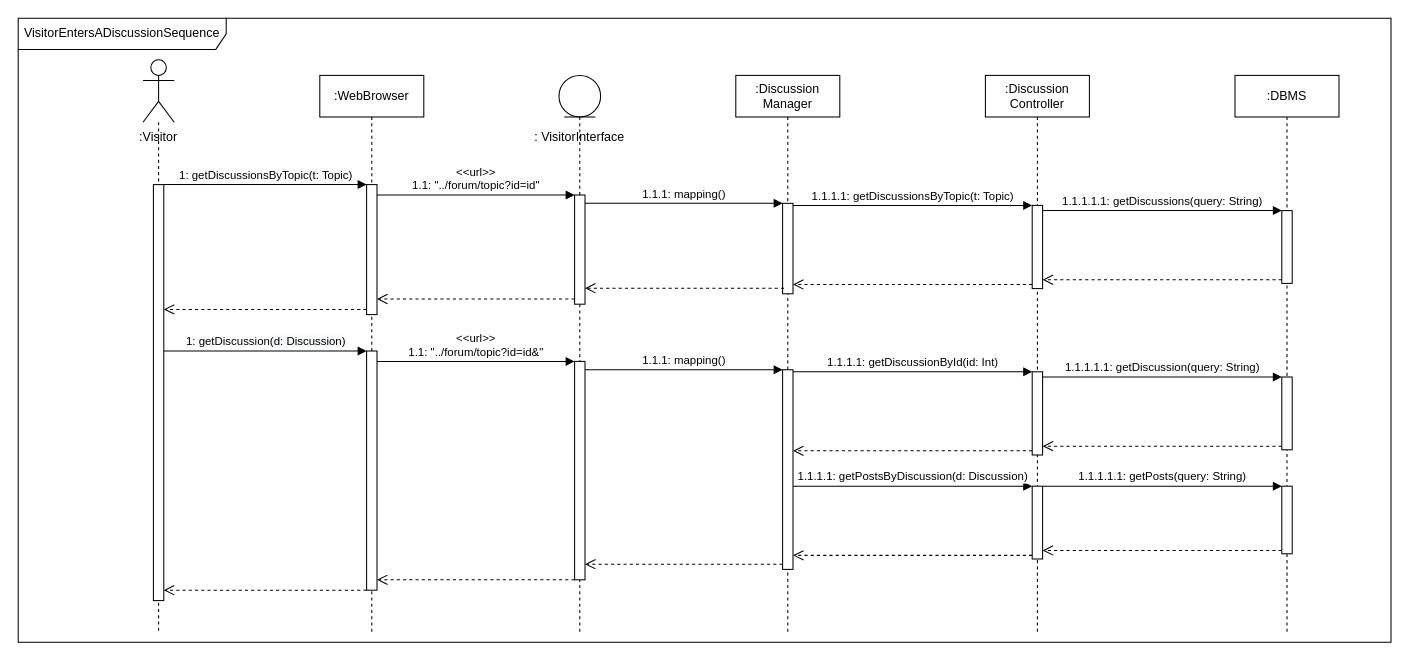
Before: page "VisitorEntersADiscussion" (18 of 18) of DD Diagrams/RunTimeViewDiagram.drawio in matteovisotto/SE2-CecchettoSirianiVisotto, a draw.io diagram. Source tidied: cells renumbered, new cells numbered last; positions are measured from the earlier drawing's top-left corner, leaving out a move shared by most shapes. Both pictures are drawn from the tidied source at 104%, with x=0, y=0 at pixel (18, 18).
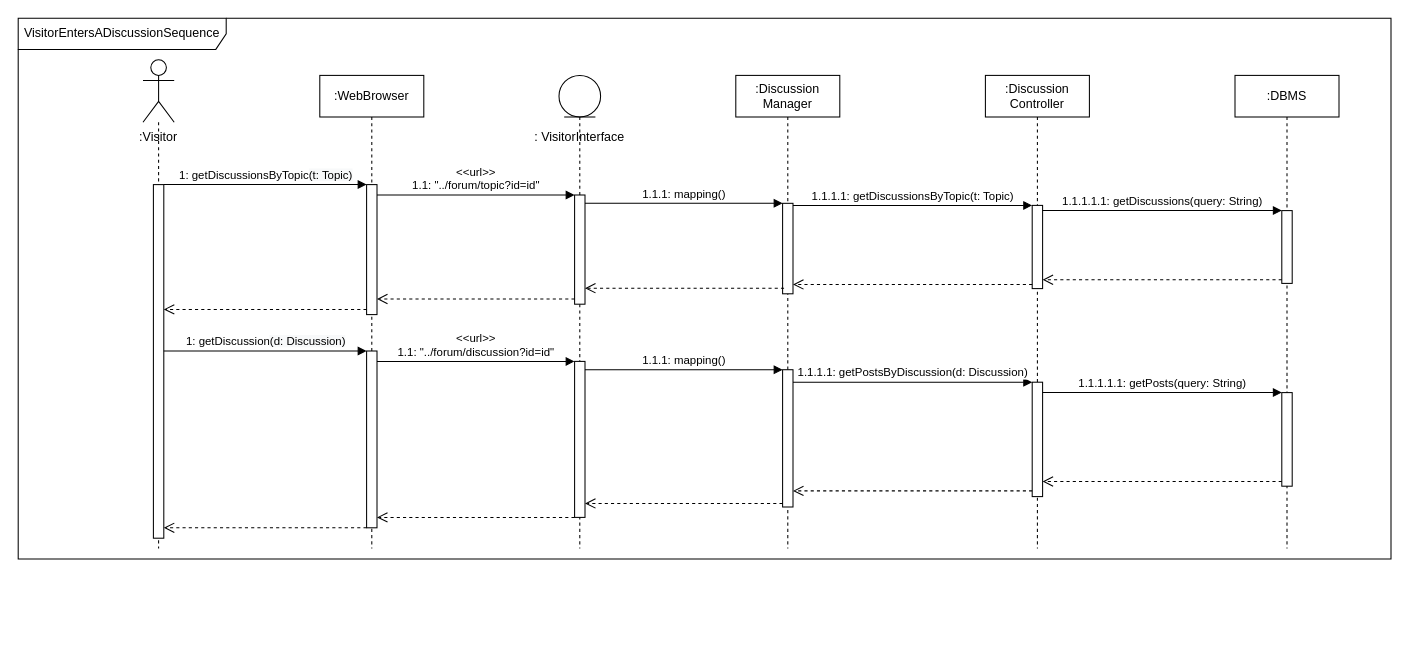
After the change.

Diff of the diagram source:
```diff
@@
     <mxCell id="2" value="VisitorEntersADiscussionSequence" style="shape=umlFrame;whiteSpace=wrap;html=1;width=200;height=30;" parent="1" vertex="1">
-      <mxGeometry width="1320" height="600" as="geometry" />
+      <mxGeometry width="1320" height="520" as="geometry" />
     </mxCell>
     <mxCell id="3" value=":DBMS" style="shape=umlLifeline;perimeter=lifelinePerimeter;whiteSpace=wrap;html=1;" parent="1" vertex="1">
-      <mxGeometry x="1170" y="55" width="100" height="535" as="geometry" />
+      <mxGeometry x="1170" y="55" width="100" height="455" as="geometry" />
     </mxCell>
@@
     <mxCell id="5" value=":Discussion&lt;br&gt;Controller" style="shape=umlLifeline;perimeter=lifelinePerimeter;whiteSpace=wrap;html=1;" parent="1" vertex="1">
-      <mxGeometry x="930" y="55" width="100" height="535" as="geometry" />
+      <mxGeometry x="930" y="55" width="100" height="455" as="geometry" />
     </mxCell>
@@
     <mxCell id="7" value=":Discussion&lt;br&gt;Manager" style="shape=umlLifeline;perimeter=lifelinePerimeter;whiteSpace=wrap;html=1;" parent="1" vertex="1">
-      <mxGeometry x="690" y="55" width="100" height="535" as="geometry" />
+      <mxGeometry x="690" y="55" width="100" height="455" as="geometry" />
     </mxCell>
@@
     <mxCell id="9" style="shape=umlLifeline;participant=umlEntity;perimeter=lifelinePerimeter;whiteSpace=wrap;html=1;verticalAlign=top;spacingTop=36;" parent="1" vertex="1">
-      <mxGeometry x="520" y="55" width="40" height="535" as="geometry" />
+      <mxGeometry x="520" y="55" width="40" height="455" as="geometry" />
     </mxCell>
@@
     <mxCell id="11" value=":WebBrowser" style="shape=umlLifeline;perimeter=lifelinePerimeter;whiteSpace=wrap;html=1;" parent="1" vertex="1">
-      <mxGeometry x="290" y="55" width="100" height="535" as="geometry" />
+      <mxGeometry x="290" y="55" width="100" height="455" as="geometry" />
     </mxCell>
@@
     <mxCell id="13" style="shape=umlLifeline;participant=umlActor;perimeter=lifelinePerimeter;whiteSpace=wrap;html=1;verticalAlign=top;spacingTop=36;fontFamily=Helvetica;fontSize=12;fontColor=rgb(0, 0, 0);align=center;strokeColor=rgb(0, 0, 0);fillColor=rgb(255, 255, 255);size=60;" parent="1" vertex="1">
-      <mxGeometry x="120" y="40" width="30" height="550" as="geometry" />
+      <mxGeometry x="120" y="40" width="30" height="470" as="geometry" />
     </mxCell>
     <mxCell id="14" style="html=1;points=[];perimeter=orthogonalPerimeter;" parent="13" vertex="1">
-      <mxGeometry x="10" y="120" width="10" height="400" as="geometry" />
+      <mxGeometry x="10" y="120" width="10" height="340" as="geometry" />
     </mxCell>
@@
-    <mxCell id="27" style="html=1;points=[];perimeter=orthogonalPerimeter;" parent="1" vertex="1">
-      <mxGeometry x="1215" y="345" width="10" height="70" as="geometry" />
-    </mxCell>
-    <mxCell id="28" style="html=1;points=[];perimeter=orthogonalPerimeter;" parent="1" vertex="1">
-      <mxGeometry x="975" y="340" width="10" height="80" as="geometry" />
-    </mxCell>
     <mxCell id="29" style="html=1;points=[];perimeter=orthogonalPerimeter;" parent="1" vertex="1">
-      <mxGeometry x="735" y="338" width="10" height="192" as="geometry" />
+      <mxGeometry x="735" y="338" width="10" height="132" as="geometry" />
     </mxCell>
     <mxCell id="30" style="html=1;points=[];perimeter=orthogonalPerimeter;" parent="1" vertex="1">
-      <mxGeometry x="535" y="330" width="10" height="210" as="geometry" />
+      <mxGeometry x="535" y="330" width="10" height="150" as="geometry" />
     </mxCell>
     <mxCell id="31" style="html=1;points=[];perimeter=orthogonalPerimeter;" parent="1" vertex="1">
-      <mxGeometry x="335" y="320" width="10" height="230" as="geometry" />
+      <mxGeometry x="335" y="320" width="10" height="170" as="geometry" />
     </mxCell>
@@
-    <mxCell id="33" value="&amp;lt;&amp;lt;url&amp;gt;&amp;gt;&lt;br&gt;1.1: &quot;../forum/topic?id=id&amp;amp;&quot;" style="html=1;verticalAlign=bottom;endArrow=block;entryX=0;entryY=0;rounded=0;" parent="1" edge="1" source="31" target="30">
+    <mxCell id="33" value="&amp;lt;&amp;lt;url&amp;gt;&amp;gt;&lt;br&gt;1.1: &quot;../forum/discussion?id=id&quot;" style="html=1;verticalAlign=bottom;endArrow=block;entryX=0;entryY=0;rounded=0;" parent="1" edge="1" source="31" target="30">
       <mxGeometry relative="1" as="geometry" />
     </mxCell>
@@
-    <mxCell id="35" value="1.1.1.1: getDiscussionById(id: Int)" style="html=1;verticalAlign=bottom;endArrow=block;entryX=0;entryY=0;rounded=0;" parent="1" edge="1" source="29" target="28">
-      <mxGeometry relative="1" as="geometry" />
-    </mxCell>
-    <mxCell id="36" style="html=1;verticalAlign=bottom;endArrow=open;dashed=1;endSize=8;exitX=0;exitY=0.95;rounded=0;" parent="1" edge="1" source="28" target="29">
-      <mxGeometry relative="1" as="geometry" />
-    </mxCell>
@@
     <mxCell id="38" style="html=1;verticalAlign=bottom;endArrow=open;dashed=1;endSize=8;rounded=0;" parent="1" edge="1" source="30" target="31">
       <mxGeometry relative="1" as="geometry">
         <Array as="points">
-          <mxPoint x="370" y="540" />
+          <mxPoint x="380" y="480" />
         </Array>
       </mxGeometry>
     </mxCell>
     <mxCell id="39" style="html=1;verticalAlign=bottom;endArrow=open;dashed=1;endSize=8;rounded=0;" parent="1" edge="1" source="31" target="14">
       <mxGeometry relative="1" as="geometry">
         <Array as="points">
-          <mxPoint x="170" y="550" />
+          <mxPoint x="170" y="490" />
         </Array>
       </mxGeometry>
     </mxCell>
-    <mxCell id="40" style="html=1;verticalAlign=bottom;endArrow=open;dashed=1;endSize=8;exitX=0;exitY=0.95;rounded=0;" parent="1" edge="1" source="27" target="28">
-      <mxGeometry relative="1" as="geometry" />
-    </mxCell>
-    <mxCell id="41" value="1.1.1.1.1: getDiscussion(query: String)" style="html=1;verticalAlign=bottom;endArrow=block;entryX=0;entryY=0;rounded=0;" parent="1" edge="1" source="28" target="27">
-      <mxGeometry relative="1" as="geometry" />
-    </mxCell>
     <mxCell id="42" style="html=1;points=[];perimeter=orthogonalPerimeter;" parent="1" vertex="1">
-      <mxGeometry x="1215" y="450" width="10" height="65" as="geometry" />
+      <mxGeometry x="1215" y="360" width="10" height="90" as="geometry" />
     </mxCell>
     <mxCell id="43" style="html=1;points=[];perimeter=orthogonalPerimeter;" parent="1" vertex="1">
-      <mxGeometry x="975" y="450" width="10" height="70" as="geometry" />
+      <mxGeometry x="975" y="350" width="10" height="110" as="geometry" />
     </mxCell>
```
